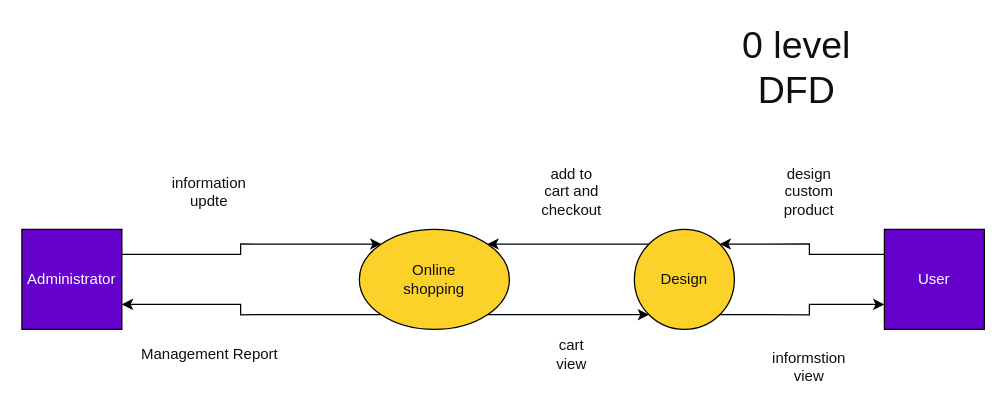
nirav7707/level-0 keeps this draw.io diagram as Untitled Diagram.drawio. Above is the earlier version. Source tidied: cells renumbered, new cells numbered last; positions are measured from the earlier drawing's top-left corner, leaving out a move shared by most shapes. Both pictures are drawn from the tidied source at 125%, with x=0, y=0 at pixel (21, 54).
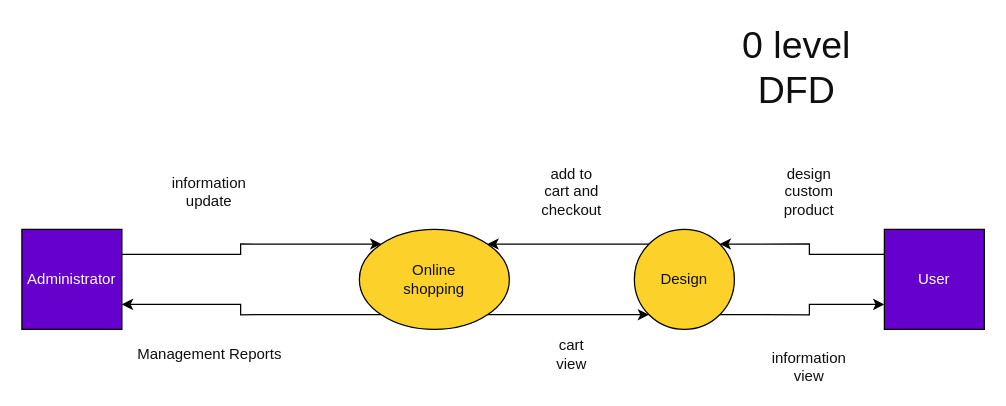
The same diagram, later.

The edit, as a diff of the source:
```diff
@@
-    <mxCell id="17" value="information updte" style="text;html=1;strokeColor=none;fillColor=none;align=center;verticalAlign=middle;whiteSpace=wrap;rounded=0;fontColor=#0F0F0F;" parent="1" vertex="1">
+    <mxCell id="17" value="information update" style="text;html=1;strokeColor=none;fillColor=none;align=center;verticalAlign=middle;whiteSpace=wrap;rounded=0;fontColor=#0F0F0F;" parent="1" vertex="1">
       <mxGeometry x="130" y="100" width="40" height="20" as="geometry" />
     </mxCell>
-    <mxCell id="18" value="Management Report" style="text;html=1;align=center;verticalAlign=middle;fontColor=#0F0F0F;" parent="1" vertex="1">
+    <mxCell id="18" value="Management Reports" style="text;html=1;align=center;verticalAlign=middle;fontColor=#0F0F0F;" parent="1" vertex="1">
       <mxGeometry x="85" y="230" width="130" height="20" as="geometry" />
     </mxCell>
@@
-    <mxCell id="22" value="informstion view" style="text;html=1;strokeColor=none;fillColor=none;align=center;verticalAlign=middle;whiteSpace=wrap;rounded=0;fontColor=#0F0F0F;" parent="1" vertex="1">
+    <mxCell id="22" value="information view" style="text;html=1;strokeColor=none;fillColor=none;align=center;verticalAlign=middle;whiteSpace=wrap;rounded=0;fontColor=#0F0F0F;" parent="1" vertex="1">
       <mxGeometry x="610" y="240" width="40" height="20" as="geometry" />
     </mxCell>
```
